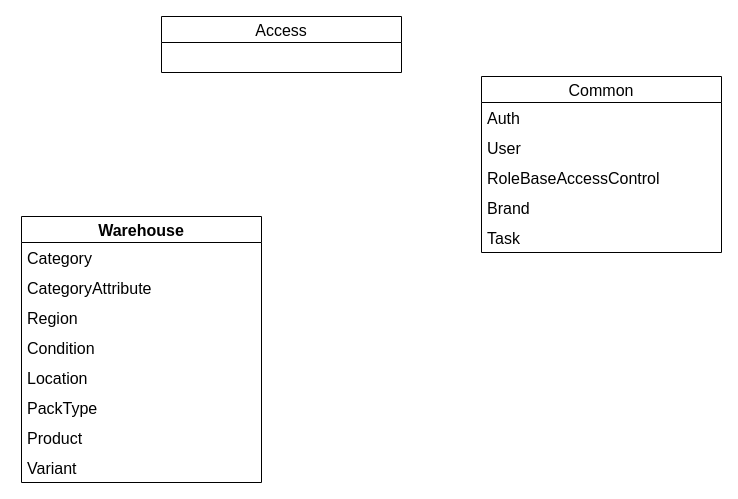
This is page "warehouse" (1 of 4) of documentation/PROCESS.drawio from khinemyaezin/coolstuff-ecommerce-v3.0-repository, a draw.io file, before an edit. Source tidied: cells renumbered, new cells numbered last; positions are measured from the earlier drawing's top-left corner, leaving out a move shared by most shapes. Both pictures are drawn from the tidied source at 100%, with x=0, y=0 at pixel (21, 16).
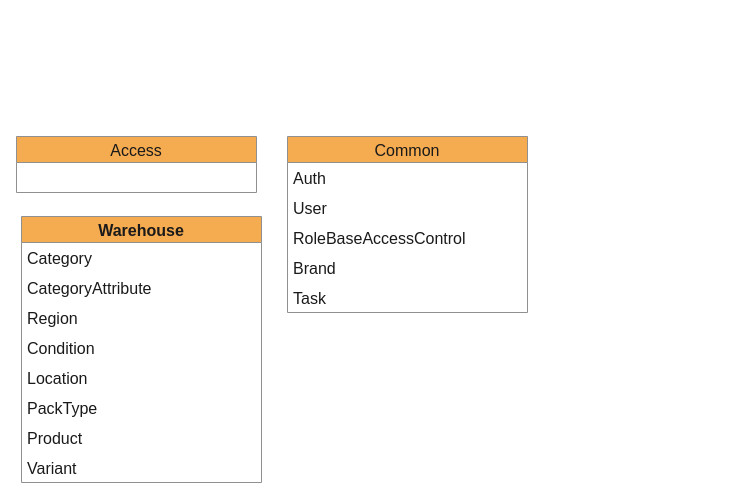
Above is the later version.

Change to the diagram source:
```diff
@@
 <mxGraphModel>
   <root>
     <mxCell id="0" />
     <mxCell id="1" parent="0" />
-    <mxCell id="2" value="Common" style="swimlane;fontStyle=0;horizontal=1;startSize=26;align=center;fontSize=16;" parent="1" vertex="1">
-      <mxGeometry x="460" y="60" width="240" height="176" as="geometry" />
+    <mxCell id="2" value="Common" style="swimlane;fontStyle=0;horizontal=1;startSize=26;align=center;fontSize=16;fillColor=#F5AB50;strokeColor=#909090;fontColor=#1A1A1A;" parent="1" vertex="1">
+      <mxGeometry x="266" y="120" width="240" height="176" as="geometry" />
     </mxCell>
-    <mxCell id="3" value="Auth" style="text;strokeColor=none;fillColor=none;spacingLeft=4;spacingRight=4;overflow=hidden;fontSize=16;" parent="2" vertex="1">
+    <mxCell id="3" value="Auth" style="text;strokeColor=none;fillColor=none;spacingLeft=4;spacingRight=4;overflow=hidden;fontSize=16;fontColor=#1A1A1A;" parent="2" vertex="1">
       <mxGeometry y="26" width="240" height="30" as="geometry" />
     </mxCell>
-    <mxCell id="4" value="User" style="text;strokeColor=none;fillColor=none;spacingLeft=4;spacingRight=4;overflow=hidden;fontSize=16;" parent="2" vertex="1">
+    <mxCell id="4" value="User" style="text;strokeColor=none;fillColor=none;spacingLeft=4;spacingRight=4;overflow=hidden;fontSize=16;fontColor=#1A1A1A;" parent="2" vertex="1">
       <mxGeometry y="56" width="240" height="30" as="geometry" />
     </mxCell>
-    <mxCell id="5" value="RoleBaseAccessControl" style="text;strokeColor=none;fillColor=none;spacingLeft=4;spacingRight=4;overflow=hidden;fontSize=16;" parent="2" vertex="1">
+    <mxCell id="5" value="RoleBaseAccessControl" style="text;strokeColor=none;fillColor=none;spacingLeft=4;spacingRight=4;overflow=hidden;fontSize=16;fontColor=#1A1A1A;" parent="2" vertex="1">
       <mxGeometry y="86" width="240" height="30" as="geometry" />
     </mxCell>
-    <mxCell id="6" value="Brand" style="text;strokeColor=none;fillColor=none;spacingLeft=4;spacingRight=4;overflow=hidden;fontSize=16;" parent="2" vertex="1">
+    <mxCell id="6" value="Brand" style="text;strokeColor=none;fillColor=none;spacingLeft=4;spacingRight=4;overflow=hidden;fontSize=16;fontColor=#1A1A1A;" parent="2" vertex="1">
       <mxGeometry y="116" width="240" height="30" as="geometry" />
     </mxCell>
-    <mxCell id="7" value="Task" style="text;strokeColor=none;fillColor=none;spacingLeft=4;spacingRight=4;overflow=hidden;fontSize=16;" parent="2" vertex="1">
+    <mxCell id="7" value="Task" style="text;strokeColor=none;fillColor=none;spacingLeft=4;spacingRight=4;overflow=hidden;fontSize=16;fontColor=#1A1A1A;" parent="2" vertex="1">
       <mxGeometry y="146" width="240" height="30" as="geometry" />
     </mxCell>
-    <mxCell id="8" value="Access" style="swimlane;fontStyle=0;horizontal=1;startSize=26;align=center;fontSize=16;" parent="1" vertex="1">
-      <mxGeometry x="140" width="240" height="56" as="geometry" />
+    <mxCell id="8" value="Access" style="swimlane;fontStyle=0;horizontal=1;startSize=26;align=center;fontSize=16;fillColor=#F5AB50;strokeColor=#909090;fontColor=#1A1A1A;" parent="1" vertex="1">
+      <mxGeometry x="-5" y="120" width="240" height="56" as="geometry" />
     </mxCell>
-    <mxCell id="9" value="Warehouse" style="swimlane;fontStyle=1;horizontal=1;startSize=26;align=center;fontSize=16;" parent="1" vertex="1">
+    <mxCell id="9" value="Warehouse" style="swimlane;fontStyle=1;horizontal=1;startSize=26;align=center;fontSize=16;fillColor=#F5AB50;strokeColor=#909090;fontColor=#1A1A1A;" parent="1" vertex="1">
       <mxGeometry y="200" width="240" height="266" as="geometry" />
     </mxCell>
-    <mxCell id="10" value="Category" style="text;spacingLeft=4;spacingRight=4;overflow=hidden;fontSize=16;" parent="9" vertex="1">
+    <mxCell id="10" value="Category" style="text;spacingLeft=4;spacingRight=4;overflow=hidden;fontSize=16;fontColor=#1A1A1A;" parent="9" vertex="1">
       <mxGeometry y="26" width="240" height="30" as="geometry" />
     </mxCell>
-    <mxCell id="11" value="CategoryAttribute" style="text;spacingLeft=4;spacingRight=4;overflow=hidden;fontSize=16;" parent="9" vertex="1">
+    <mxCell id="11" value="CategoryAttribute" style="text;spacingLeft=4;spacingRight=4;overflow=hidden;fontSize=16;fontColor=#1A1A1A;" parent="9" vertex="1">
       <mxGeometry y="56" width="240" height="30" as="geometry" />
     </mxCell>
-    <mxCell id="12" value="Region" style="text;spacingLeft=4;spacingRight=4;overflow=hidden;fontSize=16;" parent="9" vertex="1">
+    <mxCell id="12" value="Region" style="text;spacingLeft=4;spacingRight=4;overflow=hidden;fontSize=16;fontColor=#1A1A1A;" parent="9" vertex="1">
       <mxGeometry y="86" width="240" height="30" as="geometry" />
     </mxCell>
-    <mxCell id="13" value="Condition" style="text;spacingLeft=4;spacingRight=4;overflow=hidden;fontSize=16;" parent="9" vertex="1">
+    <mxCell id="13" value="Condition" style="text;spacingLeft=4;spacingRight=4;overflow=hidden;fontSize=16;fontColor=#1A1A1A;" parent="9" vertex="1">
       <mxGeometry y="116" width="240" height="30" as="geometry" />
     </mxCell>
-    <mxCell id="14" value="Location" style="text;spacingLeft=4;spacingRight=4;overflow=hidden;fontSize=16;" parent="9" vertex="1">
+    <mxCell id="14" value="Location" style="text;spacingLeft=4;spacingRight=4;overflow=hidden;fontSize=16;fontColor=#1A1A1A;" parent="9" vertex="1">
       <mxGeometry y="146" width="240" height="30" as="geometry" />
     </mxCell>
-    <mxCell id="15" value="PackType" style="text;spacingLeft=4;spacingRight=4;overflow=hidden;fontSize=16;" parent="9" vertex="1">
+    <mxCell id="15" value="PackType" style="text;spacingLeft=4;spacingRight=4;overflow=hidden;fontSize=16;fontColor=#1A1A1A;" parent="9" vertex="1">
       <mxGeometry y="176" width="240" height="30" as="geometry" />
     </mxCell>
-    <mxCell id="16" value="Product" style="text;spacingLeft=4;spacingRight=4;overflow=hidden;fontSize=16;" parent="9" vertex="1">
+    <mxCell id="16" value="Product" style="text;spacingLeft=4;spacingRight=4;overflow=hidden;fontSize=16;fontColor=#1A1A1A;" parent="9" vertex="1">
       <mxGeometry y="206" width="240" height="30" as="geometry" />
     </mxCell>
-    <mxCell id="17" value="Variant" style="text;spacingLeft=4;spacingRight=4;overflow=hidden;fontSize=16;" parent="9" vertex="1">
+    <mxCell id="17" value="Variant" style="text;spacingLeft=4;spacingRight=4;overflow=hidden;fontSize=16;fontColor=#1A1A1A;" parent="9" vertex="1">
       <mxGeometry y="236" width="240" height="30" as="geometry" />
     </mxCell>
   </root>
 </mxGraphModel>
```
